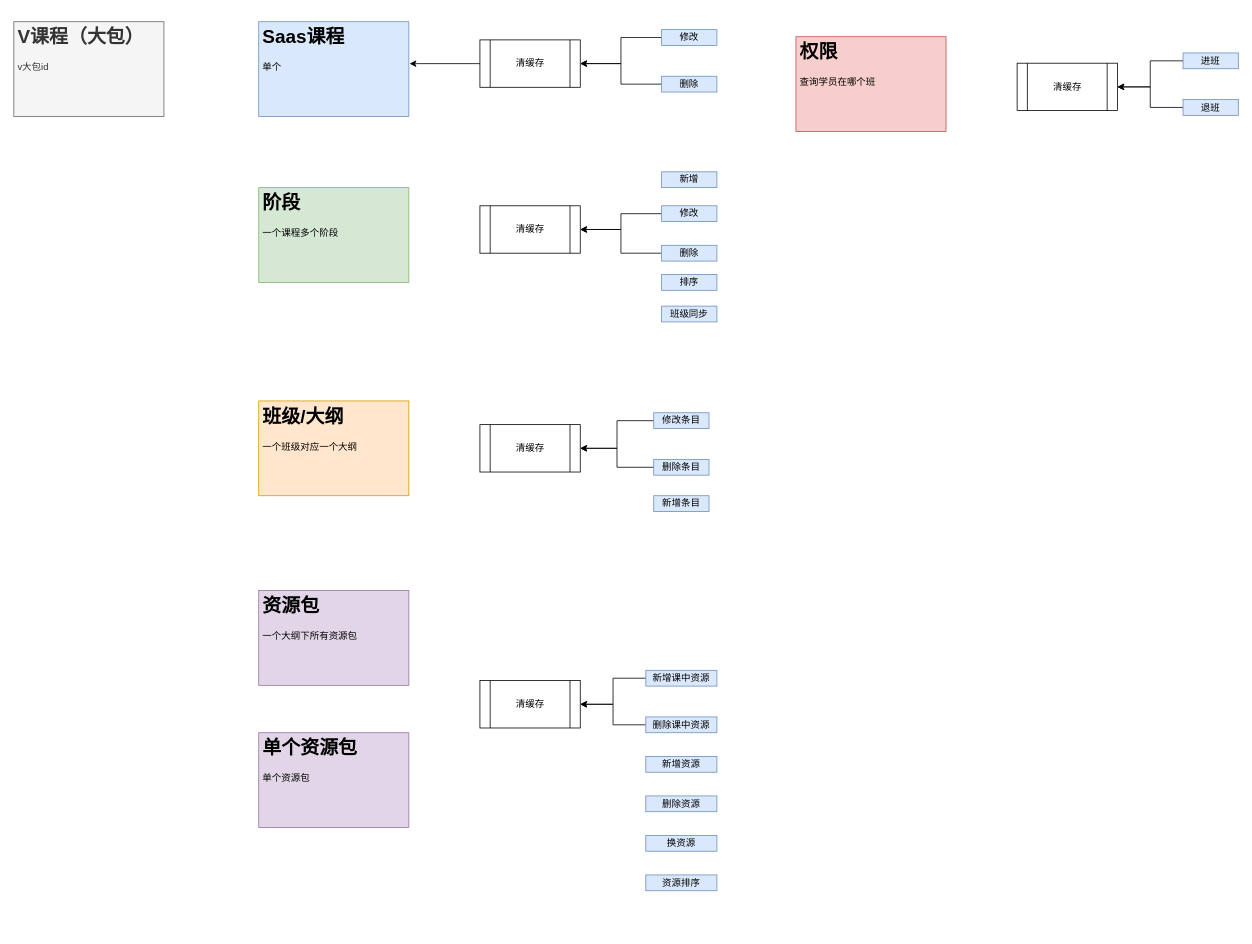
Earlier version of the draw.io diagram Untitled Diagram.drawio (haiyanqi/frontTechnology_BaiDu_Yan). Source tidied: cells renumbered, new cells numbered last; positions are measured from the earlier drawing's top-left corner, leaving out a move shared by most shapes. Both pictures are drawn from the tidied source at 79%, with x=0, y=0 at pixel (13, 21).
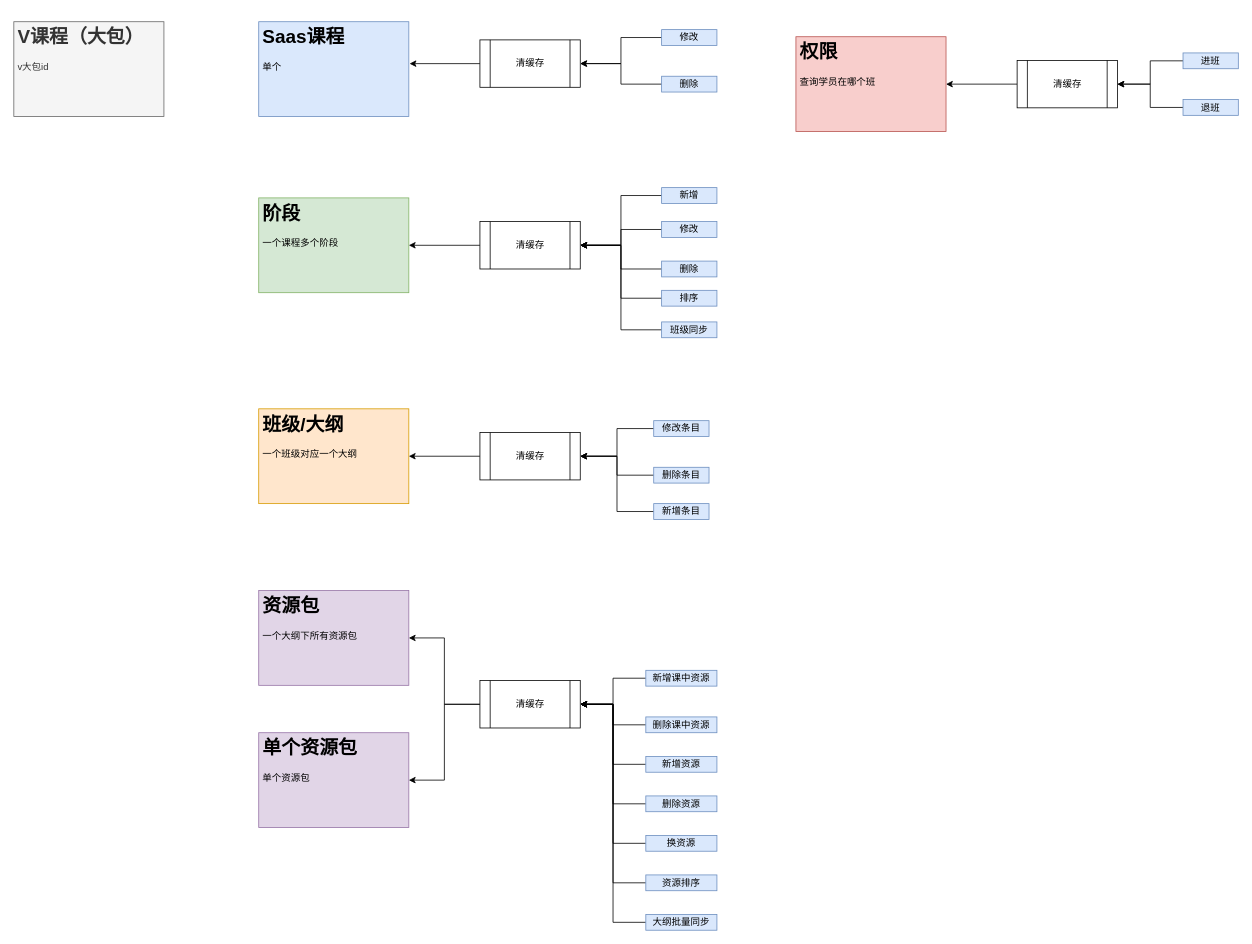
The same page after the edit.

Unchanged cells that the change refers to:
```xml
<mxCell id="6" value="&lt;h1&gt;权限&lt;/h1&gt;&lt;p&gt;查询学员在哪个班&lt;/p&gt;" style="text;html=1;strokeColor=#b85450;fillColor=#f8cecc;spacing=5;spacingTop=-20;whiteSpace=wrap;overflow=hidden;rounded=0;" parent="1" vertex="1">
  <mxGeometry x="990" y="19" width="190" height="120" as="geometry" />
</mxCell>
<mxCell id="7" value="&lt;h1&gt;资源包&lt;/h1&gt;&lt;p&gt;一个大纲下所有资源包&lt;/p&gt;" style="text;html=1;strokeColor=#9673a6;fillColor=#e1d5e7;spacing=5;spacingTop=-20;whiteSpace=wrap;overflow=hidden;rounded=0;" parent="1" vertex="1">
  <mxGeometry x="310" y="720" width="190" height="120" as="geometry" />
</mxCell>
<mxCell id="8" value="&lt;h1&gt;单个资源包&lt;/h1&gt;&lt;p&gt;单个资源包&lt;/p&gt;" style="text;html=1;strokeColor=#9673a6;fillColor=#e1d5e7;spacing=5;spacingTop=-20;whiteSpace=wrap;overflow=hidden;rounded=0;" parent="1" vertex="1">
  <mxGeometry x="310" y="900" width="190" height="120" as="geometry" />
</mxCell>
<mxCell id="30" value="&lt;span&gt;清缓存&lt;/span&gt;" style="shape=process;whiteSpace=wrap;html=1;backgroundOutline=1;" parent="1" vertex="1">
  <mxGeometry x="590" y="834" width="127" height="60" as="geometry" />
</mxCell>
<mxCell id="35" value="新增资源" style="text;html=1;strokeColor=#6c8ebf;fillColor=#dae8fc;align=center;verticalAlign=middle;whiteSpace=wrap;rounded=0;" parent="1" vertex="1">
  <mxGeometry x="800" y="930" width="90" height="20" as="geometry" />
</mxCell>
<mxCell id="36" value="删除资源" style="text;html=1;strokeColor=#6c8ebf;fillColor=#dae8fc;align=center;verticalAlign=middle;whiteSpace=wrap;rounded=0;" parent="1" vertex="1">
  <mxGeometry x="800" y="980" width="90" height="20" as="geometry" />
</mxCell>
<mxCell id="37" value="换资源" style="text;html=1;strokeColor=#6c8ebf;fillColor=#dae8fc;align=center;verticalAlign=middle;whiteSpace=wrap;rounded=0;" parent="1" vertex="1">
  <mxGeometry x="800" y="1030" width="90" height="20" as="geometry" />
</mxCell>
<mxCell id="38" value="资源排序" style="text;html=1;strokeColor=#6c8ebf;fillColor=#dae8fc;align=center;verticalAlign=middle;whiteSpace=wrap;rounded=0;" parent="1" vertex="1">
  <mxGeometry x="800" y="1080" width="90" height="20" as="geometry" />
</mxCell>
```

Diff of the diagram source:
```diff
@@
     <mxCell id="4" value="&lt;h1&gt;阶段&lt;/h1&gt;&lt;p&gt;一个课程多个阶段&lt;/p&gt;" style="text;html=1;strokeColor=#82b366;fillColor=#d5e8d4;spacing=5;spacingTop=-20;whiteSpace=wrap;overflow=hidden;rounded=0;" parent="1" vertex="1">
-      <mxGeometry x="310" y="210" width="190" height="120" as="geometry" />
+      <mxGeometry x="310" y="223" width="190" height="120" as="geometry" />
     </mxCell>
     <mxCell id="5" value="&lt;h1&gt;班级/大纲&lt;/h1&gt;&lt;p&gt;一个班级对应一个大纲&lt;/p&gt;" style="text;html=1;strokeColor=#d79b00;fillColor=#ffe6cc;spacing=5;spacingTop=-20;whiteSpace=wrap;overflow=hidden;rounded=0;" parent="1" vertex="1">
-      <mxGeometry x="310" y="480" width="190" height="120" as="geometry" />
+      <mxGeometry x="310" y="490" width="190" height="120" as="geometry" />
     </mxCell>
@@
+    <mxCell id="43" style="edgeStyle=orthogonalEdgeStyle;rounded=0;jettySize=auto;html=1;" parent="1" edge="1" source="15" target="4">
+      <mxGeometry relative="1" as="geometry" />
+    </mxCell>
     <mxCell id="15" value="&lt;span&gt;清缓存&lt;/span&gt;" style="shape=process;whiteSpace=wrap;html=1;backgroundOutline=1;" parent="1" vertex="1">
-      <mxGeometry x="590" y="233" width="127" height="60" as="geometry" />
+      <mxGeometry x="590" y="253" width="127" height="60" as="geometry" />
     </mxCell>
@@
     <mxCell id="17" value="修改" style="text;html=1;strokeColor=#6c8ebf;fillColor=#dae8fc;align=center;verticalAlign=middle;whiteSpace=wrap;rounded=0;" parent="1" vertex="1">
-      <mxGeometry x="820" y="233" width="70" height="20" as="geometry" />
+      <mxGeometry x="820" y="253" width="70" height="20" as="geometry" />
     </mxCell>
@@
     <mxCell id="19" value="删除" style="text;html=1;strokeColor=#6c8ebf;fillColor=#dae8fc;align=center;verticalAlign=middle;whiteSpace=wrap;rounded=0;" parent="1" vertex="1">
-      <mxGeometry x="820" y="283" width="70" height="20" as="geometry" />
+      <mxGeometry x="820" y="303" width="70" height="20" as="geometry" />
     </mxCell>
+    <mxCell id="44" style="edgeStyle=orthogonalEdgeStyle;rounded=0;jettySize=auto;html=1;entryX=1;entryY=0.5;entryDx=0;entryDy=0;" parent="1" edge="1" source="20" target="5">
+      <mxGeometry relative="1" as="geometry" />
+    </mxCell>
     <mxCell id="20" value="&lt;span&gt;清缓存&lt;/span&gt;" style="shape=process;whiteSpace=wrap;html=1;backgroundOutline=1;" parent="1" vertex="1">
-      <mxGeometry x="590" y="510" width="127" height="60" as="geometry" />
+      <mxGeometry x="590" y="520" width="127" height="60" as="geometry" />
     </mxCell>
@@
     <mxCell id="22" value="修改条目" style="text;html=1;strokeColor=#6c8ebf;fillColor=#dae8fc;align=center;verticalAlign=middle;whiteSpace=wrap;rounded=0;" parent="1" vertex="1">
-      <mxGeometry x="810" y="495" width="70" height="20" as="geometry" />
+      <mxGeometry x="810" y="505" width="70" height="20" as="geometry" />
     </mxCell>
@@
     <mxCell id="24" value="删除条目" style="text;html=1;strokeColor=#6c8ebf;fillColor=#dae8fc;align=center;verticalAlign=middle;whiteSpace=wrap;rounded=0;" parent="1" vertex="1">
-      <mxGeometry x="810" y="554" width="70" height="20" as="geometry" />
+      <mxGeometry x="810" y="564" width="70" height="20" as="geometry" />
     </mxCell>
+    <mxCell id="45" style="edgeStyle=orthogonalEdgeStyle;rounded=0;jettySize=auto;html=1;entryX=1;entryY=0.5;entryDx=0;entryDy=0;" parent="1" edge="1" source="25" target="6">
+      <mxGeometry relative="1" as="geometry" />
+    </mxCell>
     <mxCell id="25" value="&lt;span&gt;清缓存&lt;/span&gt;" style="shape=process;whiteSpace=wrap;html=1;backgroundOutline=1;" parent="1" vertex="1">
-      <mxGeometry x="1270" y="52.5" width="127" height="60" as="geometry" />
+      <mxGeometry x="1270" y="49" width="127" height="60" as="geometry" />
     </mxCell>
@@
+    <mxCell id="46" style="edgeStyle=orthogonalEdgeStyle;rounded=0;jettySize=auto;html=1;entryX=1;entryY=0.5;entryDx=0;entryDy=0;" parent="1" edge="1" source="30" target="7">
+      <mxGeometry relative="1" as="geometry" />
+    </mxCell>
+    <mxCell id="47" style="edgeStyle=orthogonalEdgeStyle;rounded=0;jettySize=auto;html=1;entryX=1;entryY=0.5;entryDx=0;entryDy=0;" parent="1" edge="1" source="30" target="8">
+      <mxGeometry relative="1" as="geometry" />
+    </mxCell>
@@
+    <mxCell id="48" style="edgeStyle=orthogonalEdgeStyle;rounded=0;jettySize=auto;html=1;entryX=1;entryY=0.5;entryDx=0;entryDy=0;" parent="1" edge="1" source="35" target="30">
+      <mxGeometry relative="1" as="geometry" />
+    </mxCell>
@@
+    <mxCell id="49" style="edgeStyle=orthogonalEdgeStyle;rounded=0;jettySize=auto;html=1;entryX=1;entryY=0.5;entryDx=0;entryDy=0;" parent="1" edge="1" source="36" target="30">
+      <mxGeometry relative="1" as="geometry" />
+    </mxCell>
@@
+    <mxCell id="50" style="edgeStyle=orthogonalEdgeStyle;rounded=0;jettySize=auto;html=1;entryX=1;entryY=0.5;entryDx=0;entryDy=0;" parent="1" edge="1" source="37" target="30">
+      <mxGeometry relative="1" as="geometry" />
+    </mxCell>
@@
+    <mxCell id="51" style="edgeStyle=orthogonalEdgeStyle;rounded=0;jettySize=auto;html=1;entryX=1;entryY=0.5;entryDx=0;entryDy=0;" parent="1" edge="1" source="38" target="30">
+      <mxGeometry relative="1" as="geometry" />
+    </mxCell>
@@
+    <mxCell id="52" style="edgeStyle=orthogonalEdgeStyle;rounded=0;jettySize=auto;html=1;entryX=1;entryY=0.5;entryDx=0;entryDy=0;" parent="1" edge="1" source="39" target="15">
+      <mxGeometry relative="1" as="geometry" />
+    </mxCell>
     <mxCell id="39" value="新增" style="text;html=1;strokeColor=#6c8ebf;fillColor=#dae8fc;align=center;verticalAlign=middle;whiteSpace=wrap;rounded=0;" parent="1" vertex="1">
-      <mxGeometry x="820" y="190" width="70" height="20" as="geometry" />
+      <mxGeometry x="820" y="210" width="70" height="20" as="geometry" />
     </mxCell>
+    <mxCell id="53" style="edgeStyle=orthogonalEdgeStyle;rounded=0;jettySize=auto;html=1;entryX=1;entryY=0.5;entryDx=0;entryDy=0;" parent="1" edge="1" source="40" target="15">
+      <mxGeometry relative="1" as="geometry" />
+    </mxCell>
     <mxCell id="40" value="排序" style="text;html=1;strokeColor=#6c8ebf;fillColor=#dae8fc;align=center;verticalAlign=middle;whiteSpace=wrap;rounded=0;" parent="1" vertex="1">
-      <mxGeometry x="820" y="320" width="70" height="20" as="geometry" />
+      <mxGeometry x="820" y="340" width="70" height="20" as="geometry" />
     </mxCell>
+    <mxCell id="54" style="edgeStyle=orthogonalEdgeStyle;rounded=0;jettySize=auto;html=1;entryX=1;entryY=0.5;entryDx=0;entryDy=0;" parent="1" edge="1" source="41" target="15">
+      <mxGeometry relative="1" as="geometry" />
+    </mxCell>
     <mxCell id="41" value="班级同步" style="text;html=1;strokeColor=#6c8ebf;fillColor=#dae8fc;align=center;verticalAlign=middle;whiteSpace=wrap;rounded=0;" parent="1" vertex="1">
-      <mxGeometry x="820" y="360" width="70" height="20" as="geometry" />
+      <mxGeometry x="820" y="380" width="70" height="20" as="geometry" />
     </mxCell>
+    <mxCell id="55" style="edgeStyle=orthogonalEdgeStyle;rounded=0;jettySize=auto;html=1;entryX=1;entryY=0.5;entryDx=0;entryDy=0;" parent="1" edge="1" source="42" target="20">
+      <mxGeometry relative="1" as="geometry" />
+    </mxCell>
     <mxCell id="42" value="新增条目" style="text;html=1;strokeColor=#6c8ebf;fillColor=#dae8fc;align=center;verticalAlign=middle;whiteSpace=wrap;rounded=0;" parent="1" vertex="1">
-      <mxGeometry x="810" y="600" width="70" height="20" as="geometry" />
+      <mxGeometry x="810" y="610" width="70" height="20" as="geometry" />
     </mxCell>
+    <mxCell id="56" style="edgeStyle=orthogonalEdgeStyle;rounded=0;jettySize=auto;html=1;entryX=1;entryY=0.5;entryDx=0;entryDy=0;" parent="1" edge="1" source="57" target="30">
+      <mxGeometry relative="1" as="geometry" />
+    </mxCell>
+    <mxCell id="57" value="大纲批量同步" style="text;html=1;strokeColor=#6c8ebf;fillColor=#dae8fc;align=center;verticalAlign=middle;whiteSpace=wrap;rounded=0;" parent="1" vertex="1">
+      <mxGeometry x="800" y="1130" width="90" height="20" as="geometry" />
+    </mxCell>
```
